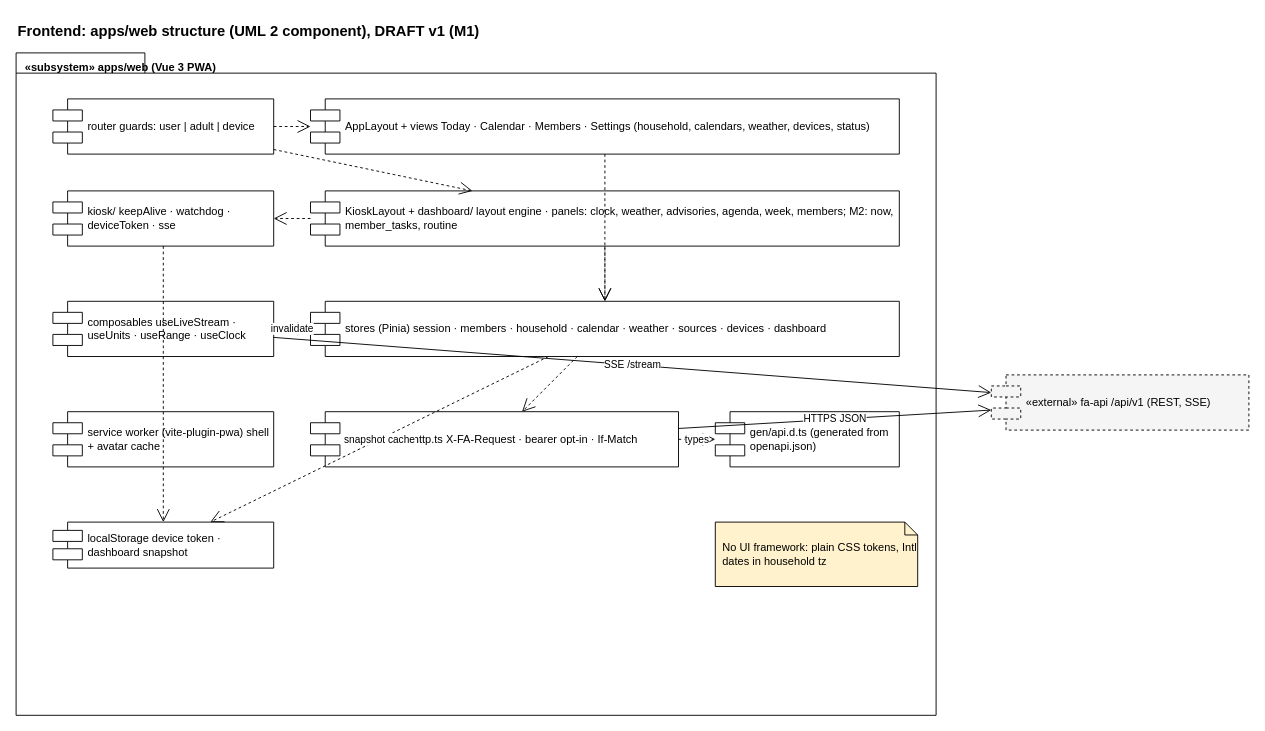
Earlier version of the draw.io diagram page "Components" (1 of 3) of arch/Frontend.drawio (JonGanz/family-assistant). Source tidied: cells renumbered, new cells numbered last; positions are measured from the earlier drawing's top-left corner, leaving out a move shared by most shapes. Both pictures are drawn from the tidied source at 92%, with x=0, y=0 at pixel (16, 16).
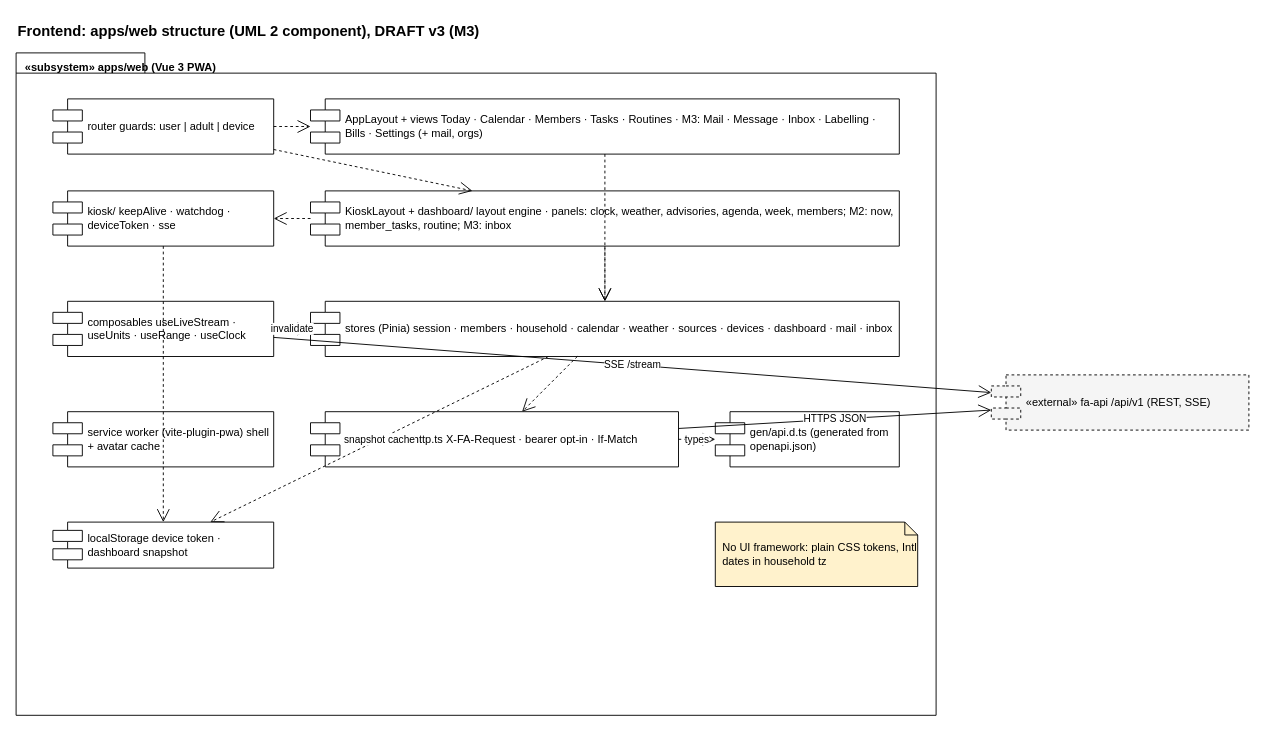
The same page after the edit.

The edit, as a diff of the source:
```diff
@@
-    <mxCell id="2" value="Frontend: apps/web structure (UML 2 component), DRAFT v1 (M1)" style="text;fontSize=16;fontStyle=1;html=1;" parent="1" vertex="1">
+    <mxCell id="2" value="Frontend: apps/web structure (UML 2 component), DRAFT v3 (M3)" style="text;fontSize=16;fontStyle=1;html=1;" parent="1" vertex="1">
       <mxGeometry width="900" height="30" as="geometry" />
     </mxCell>
@@
-    <mxCell id="5" value="AppLayout + views Today · Calendar · Members · Settings (household, calendars, weather, devices, status)" style="shape=component;align=left;spacingLeft=36;html=1;whiteSpace=wrap;" parent="1" vertex="1">
+    <mxCell id="5" value="AppLayout + views Today · Calendar · Members · Tasks · Routines · M3: Mail · Message · Inbox · Labelling · Bills · Settings (+ mail, orgs)" style="shape=component;align=left;spacingLeft=36;html=1;whiteSpace=wrap;" parent="1" vertex="1">
       <mxGeometry x="320" y="90" width="640" height="60" as="geometry" />
     </mxCell>
-    <mxCell id="6" value="KioskLayout + dashboard/ layout engine · panels: clock, weather, advisories, agenda, week, members; M2: now, member_tasks, routine" style="shape=component;align=left;spacingLeft=36;html=1;whiteSpace=wrap;" parent="1" vertex="1">
+    <mxCell id="6" value="KioskLayout + dashboard/ layout engine · panels: clock, weather, advisories, agenda, week, members; M2: now, member_tasks, routine; M3: inbox" style="shape=component;align=left;spacingLeft=36;html=1;whiteSpace=wrap;" parent="1" vertex="1">
       <mxGeometry x="320" y="190" width="640" height="60" as="geometry" />
     </mxCell>
@@
-    <mxCell id="8" value="stores (Pinia) session · members · household · calendar · weather · sources · devices · dashboard" style="shape=component;align=left;spacingLeft=36;html=1;whiteSpace=wrap;" parent="1" vertex="1">
+    <mxCell id="8" value="stores (Pinia) session · members · household · calendar · weather · sources · devices · dashboard · mail · inbox" style="shape=component;align=left;spacingLeft=36;html=1;whiteSpace=wrap;" parent="1" vertex="1">
       <mxGeometry x="320" y="310" width="640" height="60" as="geometry" />
     </mxCell>
```
